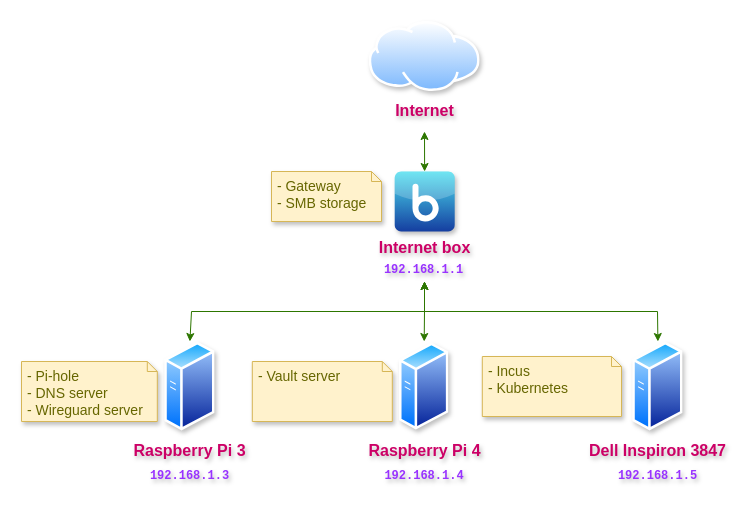
bgaillard/homelab keeps this draw.io diagram as docs/index.drawio. Above is the earlier version. Source tidied: cells renumbered, new cells numbered last; positions are measured from the earlier drawing's top-left corner, leaving out a move shared by most shapes. Both pictures are drawn from the tidied source at 100%, with x=0, y=0 at pixel (21, 21).
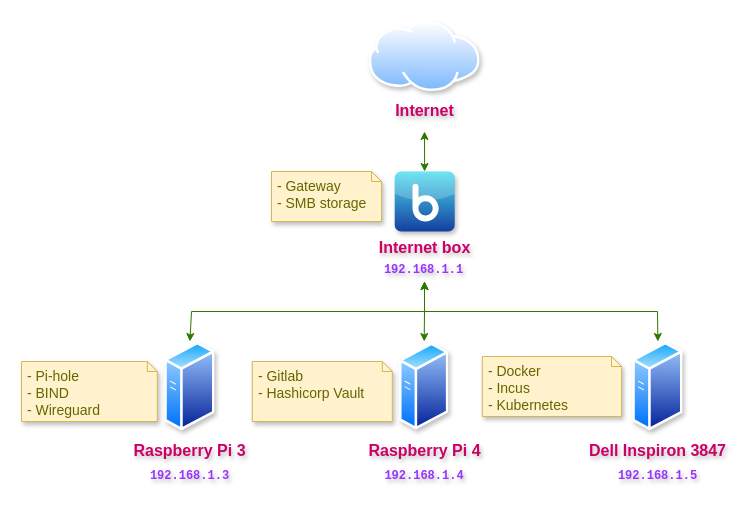
The same diagram, later.

The edit, as a diff of the source:
```diff
@@
-    <mxCell id="16" value="&lt;font&gt;&amp;nbsp;- Pi-hole&lt;/font&gt;&lt;span style=&quot;background-color: transparent; color: light-dark(rgb(102, 102, 0), rgb(162, 162, 74));&quot;&gt;&amp;nbsp;&lt;br&gt;&amp;nbsp;- DNS server&lt;br&gt;&amp;nbsp;- Wireguard server&lt;/span&gt;" style="shape=note;strokeWidth=1;fontSize=14;size=10;whiteSpace=wrap;html=1;fillColor=#fff2cc;strokeColor=#d6b656;fontColor=#666600;align=left;verticalAlign=top;shadow=1;" parent="1" vertex="1">
+    <mxCell id="16" value="&lt;font&gt;&amp;nbsp;- Pi-hole&lt;/font&gt;&lt;span style=&quot;background-color: transparent; color: light-dark(rgb(102, 102, 0), rgb(162, 162, 74));&quot;&gt;&amp;nbsp;&lt;br&gt;&amp;nbsp;- BIND&lt;br&gt;&amp;nbsp;- Wireguard&lt;/span&gt;" style="shape=note;strokeWidth=1;fontSize=14;size=10;whiteSpace=wrap;html=1;fillColor=#fff2cc;strokeColor=#d6b656;fontColor=#666600;align=left;verticalAlign=top;shadow=1;" parent="1" vertex="1">
       <mxGeometry y="340" width="135.8" height="60" as="geometry" />
     </mxCell>
-    <mxCell id="17" value="&lt;font&gt;&amp;nbsp;- Vault server&lt;/font&gt;" style="shape=note;strokeWidth=1;fontSize=14;size=10;whiteSpace=wrap;html=1;fillColor=#fff2cc;strokeColor=#d6b656;fontColor=#666600;align=left;verticalAlign=top;shadow=1;" parent="1" vertex="1">
+    <mxCell id="17" value="&lt;font&gt;&amp;nbsp;- Gitlab&lt;br&gt;&amp;nbsp;- Hashicorp Vault&lt;/font&gt;" style="shape=note;strokeWidth=1;fontSize=14;size=10;whiteSpace=wrap;html=1;fillColor=#fff2cc;strokeColor=#d6b656;fontColor=#666600;align=left;verticalAlign=top;shadow=1;" parent="1" vertex="1">
       <mxGeometry x="230.8" y="340" width="140" height="60" as="geometry" />
     </mxCell>
-    <mxCell id="18" value="&lt;font&gt;&amp;nbsp;- Incus&lt;br&gt;&amp;nbsp;- Kubernetes&lt;/font&gt;" style="shape=note;strokeWidth=1;fontSize=14;size=10;whiteSpace=wrap;html=1;fillColor=#fff2cc;strokeColor=#d6b656;fontColor=#666600;align=left;verticalAlign=top;shadow=1;" parent="1" vertex="1">
+    <mxCell id="18" value="&lt;font&gt;&amp;nbsp;- Docker&lt;br&gt;&amp;nbsp;- Incus&lt;br&gt;&amp;nbsp;- Kubernetes&lt;/font&gt;" style="shape=note;strokeWidth=1;fontSize=14;size=10;whiteSpace=wrap;html=1;fillColor=#fff2cc;strokeColor=#d6b656;fontColor=#666600;align=left;verticalAlign=top;shadow=1;" parent="1" vertex="1">
       <mxGeometry x="460.8" y="335" width="139.2" height="60" as="geometry" />
     </mxCell>
```
